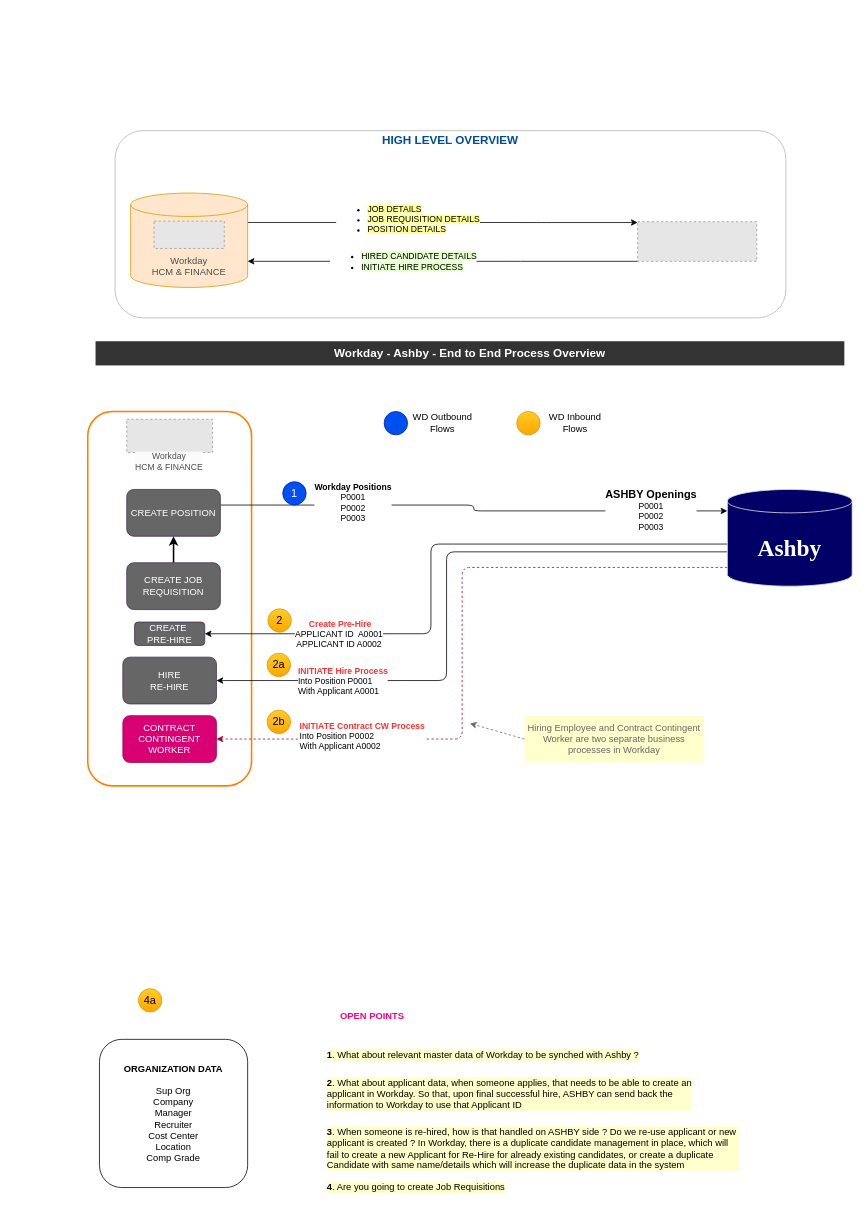
This is ASHBY Recruiting Integration.drawio from sandyaroma/sandyaroma, a draw.io file, before an edit. Source tidied: cells renumbered, new cells numbered last; positions are measured from the earlier drawing's top-left corner, leaving out a move shared by most shapes. Both pictures are drawn from the tidied source at 78%, with x=0, y=0 at pixel (13, 13). Pictures stored in the file or linked from it are replaced by grey dashed boxes.
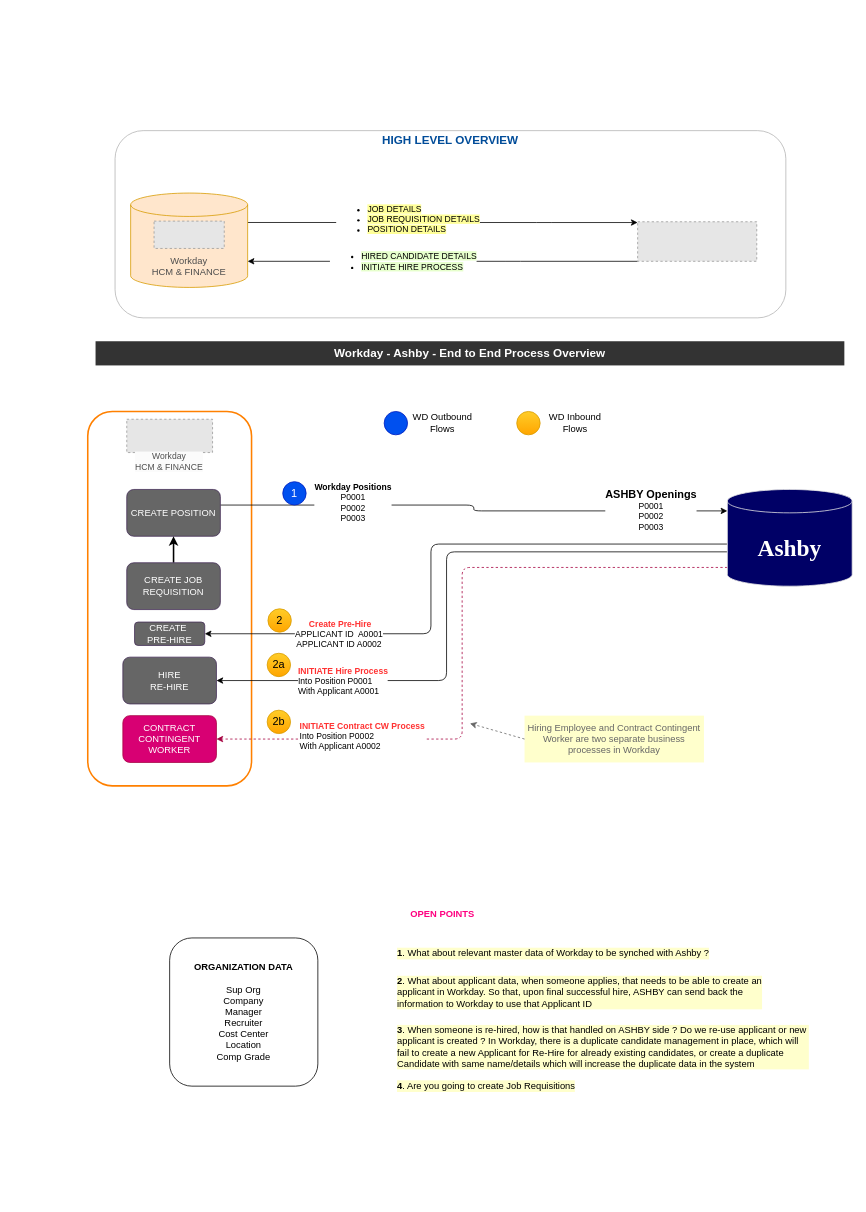
Above is the later version.

Change to the diagram source:
```diff
@@
     <mxCell id="26" value="&lt;b&gt;ORGANIZATION DATA&lt;/b&gt;&lt;div&gt;&lt;br&gt;&lt;/div&gt;&lt;div&gt;Sup Org&lt;/div&gt;&lt;div&gt;Company&lt;/div&gt;&lt;div&gt;Manager&lt;/div&gt;&lt;div&gt;Recruiter&lt;/div&gt;&lt;div&gt;Cost Center&lt;/div&gt;&lt;div&gt;Location&lt;/div&gt;&lt;div&gt;Comp Grade&lt;/div&gt;" style="rounded=1;whiteSpace=wrap;html=1;align=center;" parent="1" vertex="1">
-      <mxGeometry x="110" y="1315" width="190" height="190" as="geometry" />
+      <mxGeometry x="200" y="1185" width="190" height="190" as="geometry" />
     </mxCell>
     <mxCell id="27" value="&lt;b&gt;1&lt;/b&gt;. What about relevant master data of Workday to be synched with Ashby ?" style="text;html=1;align=left;verticalAlign=middle;whiteSpace=wrap;rounded=0;labelBackgroundColor=#FFFFCC;" parent="1" vertex="1">
-      <mxGeometry x="400" y="1320" width="530" height="30" as="geometry" />
+      <mxGeometry x="490" y="1190" width="530" height="30" as="geometry" />
     </mxCell>
     <mxCell id="28" value="&lt;b&gt;2&lt;/b&gt;. What about applicant data, when someone applies, that needs to be able to create an applicant in Workday. So that, upon final successful hire, ASHBY can send back the information to Workday to use that Applicant ID" style="text;html=1;align=left;verticalAlign=middle;whiteSpace=wrap;rounded=0;labelBackgroundColor=#FFFFCC;" parent="1" vertex="1">
-      <mxGeometry x="400" y="1370" width="470" height="30" as="geometry" />
+      <mxGeometry x="490" y="1240" width="470" height="30" as="geometry" />
     </mxCell>
     <mxCell id="29" value="&lt;b&gt;3&lt;/b&gt;. When someone is re-hired, how is that handled on ASHBY side ? Do we re-use applicant or new applicant is created ? In Workday, there is a duplicate candidate management in place, which will fail to create a new Applicant for Re-Hire for already existing candidates, or create a duplicate Candidate with same name/details which will increase the duplicate data in the system" style="text;html=1;align=left;verticalAlign=middle;whiteSpace=wrap;rounded=0;labelBackgroundColor=#FFFFCC;" parent="1" vertex="1">
-      <mxGeometry x="400" y="1430" width="530" height="50" as="geometry" />
+      <mxGeometry x="490" y="1300" width="530" height="50" as="geometry" />
     </mxCell>
     <mxCell id="30" value="&lt;b&gt;&lt;font&gt;OPEN POINTS&lt;/font&gt;&lt;/b&gt;" style="text;html=1;align=center;verticalAlign=middle;whiteSpace=wrap;rounded=0;fontColor=#FF0080;" parent="1" vertex="1">
-      <mxGeometry x="400" y="1270" width="120" height="30" as="geometry" />
+      <mxGeometry x="490" y="1140" width="120" height="30" as="geometry" />
     </mxCell>
     <mxCell id="31" value="&lt;b&gt;4&lt;/b&gt;. Are you going to create Job Requisitions" style="text;html=1;align=left;verticalAlign=middle;whiteSpace=wrap;rounded=0;labelBackgroundColor=#FFFFCC;" parent="1" vertex="1">
-      <mxGeometry x="400" y="1490" width="530" height="30" as="geometry" />
+      <mxGeometry x="490" y="1360" width="530" height="30" as="geometry" />
     </mxCell>
@@
-    <mxCell id="35" value="&lt;span style=&quot;font-size: 14px;&quot;&gt;4a&lt;/span&gt;" style="ellipse;whiteSpace=wrap;html=1;fillColor=#ffcd28;strokeColor=#d79b00;gradientColor=#ffa500;" parent="1" vertex="1">
-      <mxGeometry x="160" y="1250" width="30" height="30" as="geometry" />
-    </mxCell>
```
